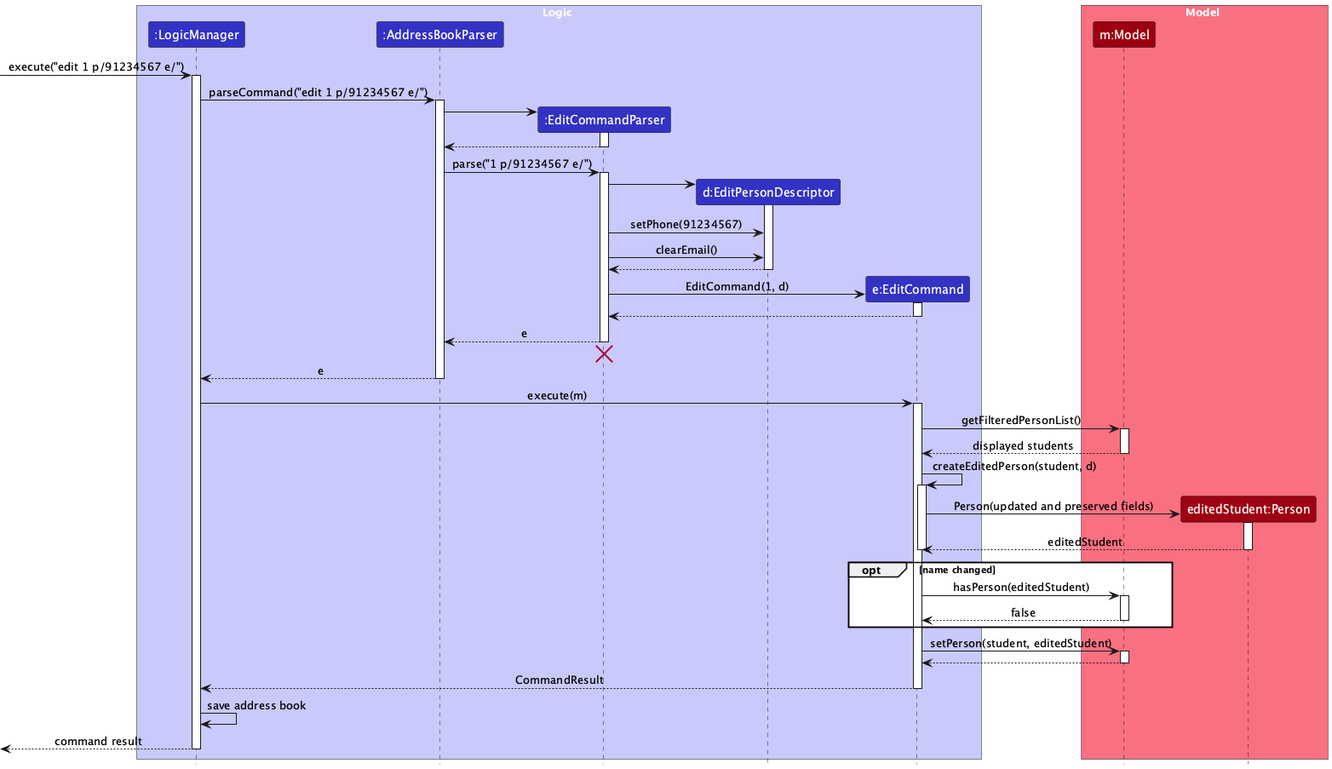
Above: docs/images/EditSequenceDiagram.png in AY2627S1-CS2103T-W10-3/tp (PlantUML), before the change.
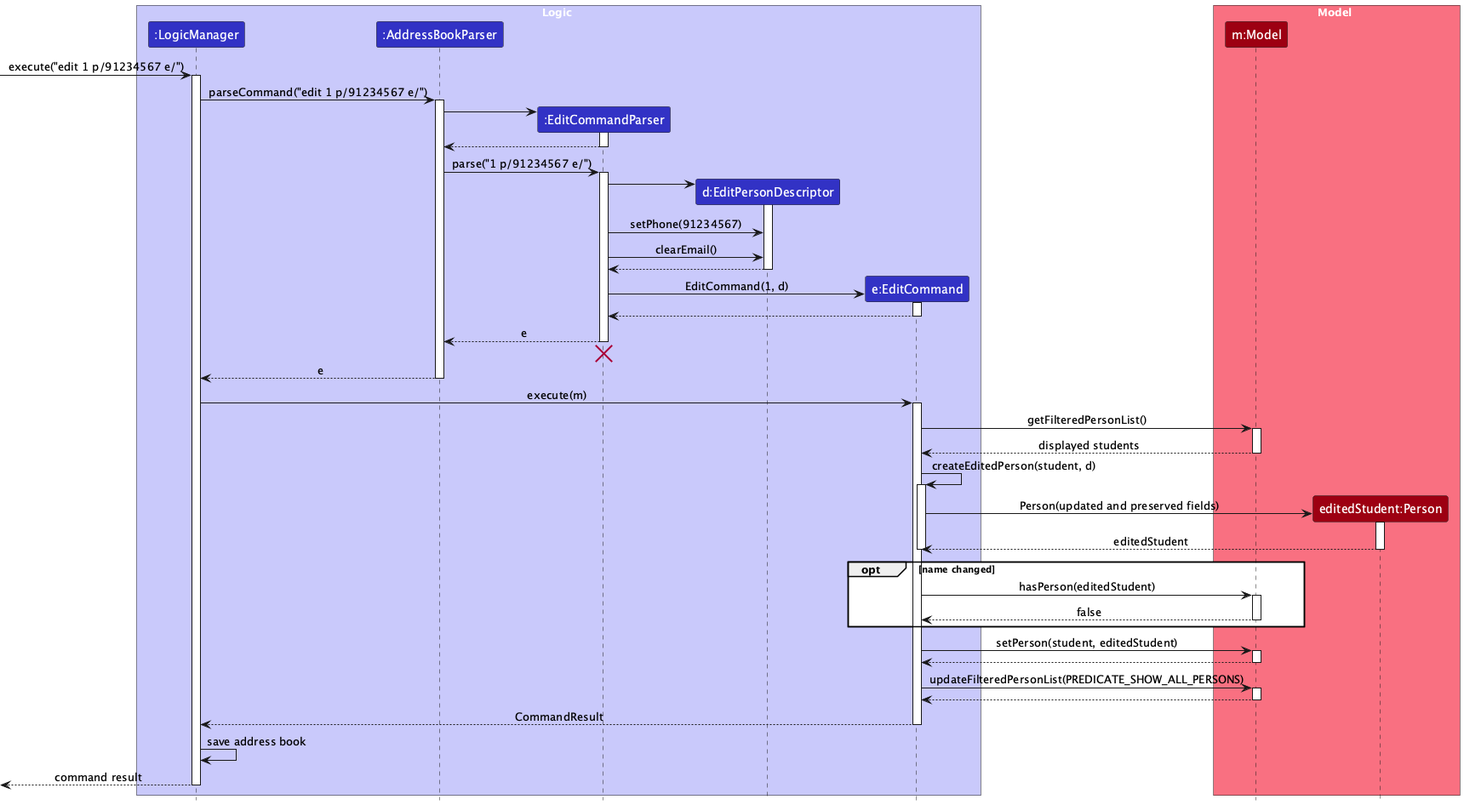
The same diagram one commit later.

Commit message:
Address review: show view reset, fix edit format and example names

What changed in the source:
```diff
@@ -79,6 +79,11 @@
 Model --> EditCommand
 deactivate Model
 
+EditCommand -> Model : updateFilteredPersonList(PREDICATE_SHOW_ALL_PERSONS)
+activate Model
+Model --> EditCommand
+deactivate Model
+
 EditCommand --> LogicManager : CommandResult
 deactivate EditCommand
 
```
